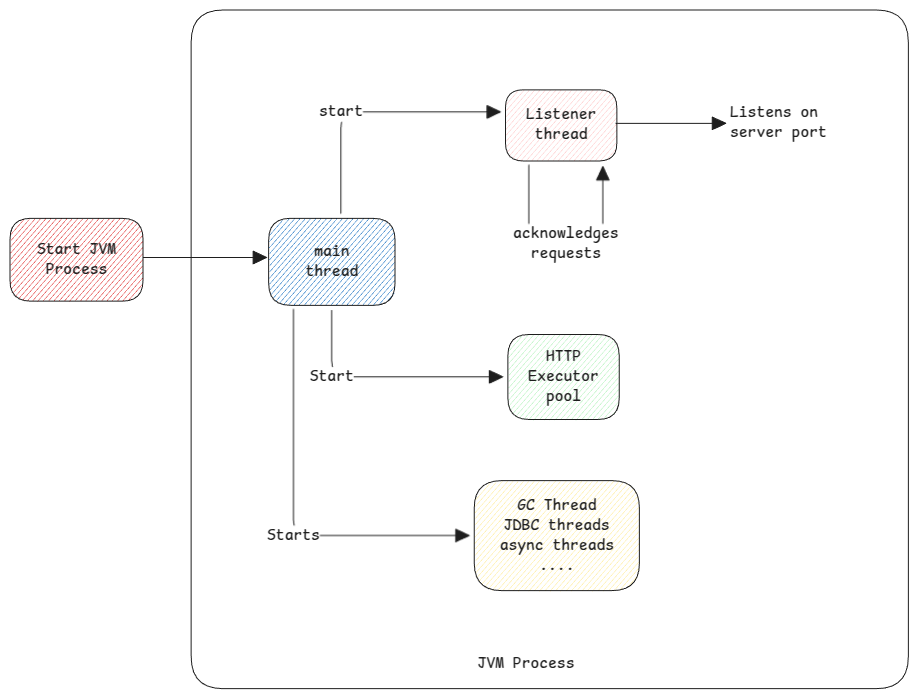
Earlier version of the Excalidraw export static/img/java-listener-thread.excalidraw.png (swaroopar/inprogress-engineer). Source tidied: one line per element, renumbered; positions are measured from the earlier drawing's top-left corner, leaving out a move shared by most shapes.
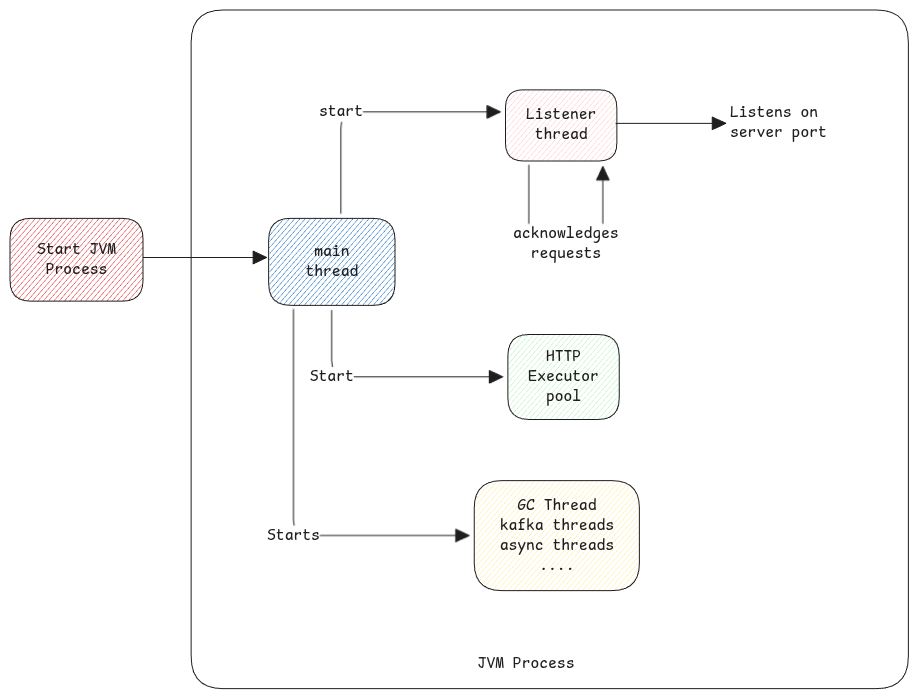
Later version of the same file.

The edit, as a diff of the source:
```diff
@@ -15,7 +15,7 @@
 {"id": 14, "type": "arrow", "strokeColor": "#1e1e1e", "strokeWidth": 1, "roughness": 0, "endArrowhead": "triangle", "from": 0, "to": 16, "x": 283, "y": 299, "width": 176, "height": 226, "points": [[0, 0], [0, 226], [176, 226]]}
 {"id": 15, "type": "text", "text": "Starts", "strokeColor": "#1e1e1e", "strokeWidth": 2, "roughness": 1, "fontSize": 16, "fontFamily": 8, "textAlign": "center", "verticalAlign": "middle", "inside": 14, "x": 294, "y": 429, "width": 53, "height": 20}
 {"id": 16, "type": "rectangle", "strokeColor": "#1e1e1e", "backgroundColor": "#ffec99", "fillStyle": "hachure", "strokeWidth": 1, "roughness": 0, "round": true, "x": 464, "y": 471, "width": 165, "height": 110}
-{"id": 17, "type": "text", "text": "GC Thread\nJDBC threads\nasync threads\n....", "strokeColor": "#1e1e1e", "strokeWidth": 2, "roughness": 1, "fontSize": 16, "fontFamily": 8, "textAlign": "center", "verticalAlign": "middle", "inside": 16, "x": 490, "y": 486, "width": 114, "height": 80}
+{"id": 17, "type": "text", "text": "GC Thread\nkafka threads\nasync threads\n....", "strokeColor": "#1e1e1e", "strokeWidth": 2, "roughness": 1, "fontSize": 16, "fontFamily": 8, "textAlign": "center", "verticalAlign": "middle", "inside": 16, "x": 490, "y": 486, "width": 114, "height": 80}
 {"id": 18, "type": "rectangle", "strokeColor": "#1e1e1e", "backgroundColor": "#e03131", "fillStyle": "hachure", "strokeWidth": 1, "roughness": 0, "round": true, "x": 0, "y": 208, "width": 133, "height": 83}
 {"id": 19, "type": "text", "text": "Start JVM\nProcess", "strokeColor": "#1e1e1e", "strokeWidth": 2, "roughness": 1, "fontSize": 16, "fontFamily": 8, "textAlign": "center", "verticalAlign": "middle", "inside": 18, "x": 27, "y": 230, "width": 79, "height": 40}
 {"id": 20, "type": "arrow", "strokeColor": "#1e1e1e", "strokeWidth": 1, "roughness": 0, "endArrowhead": "triangle", "round": true, "x": 134, "y": 247, "width": 123, "height": 0, "points": [[0, 0], [123, 0]]}
```
